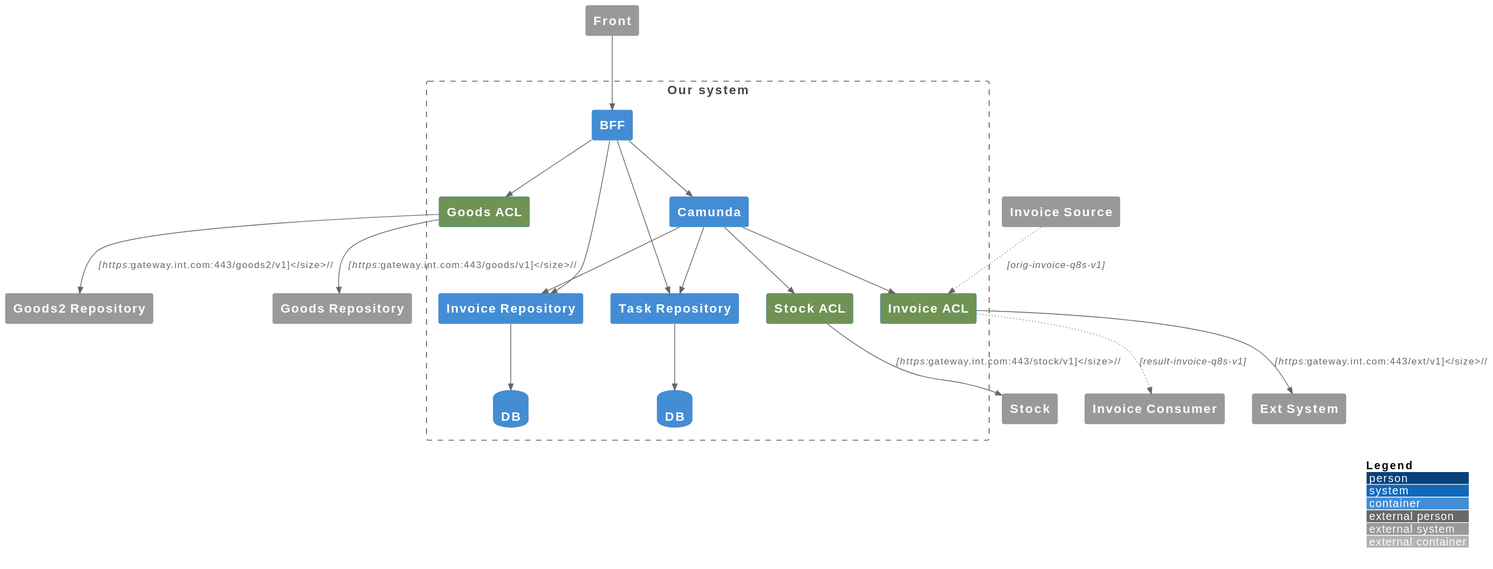
Earlier version of the PlantUML export architecture/Demo Tests.svg (Byndyusoft/aact).
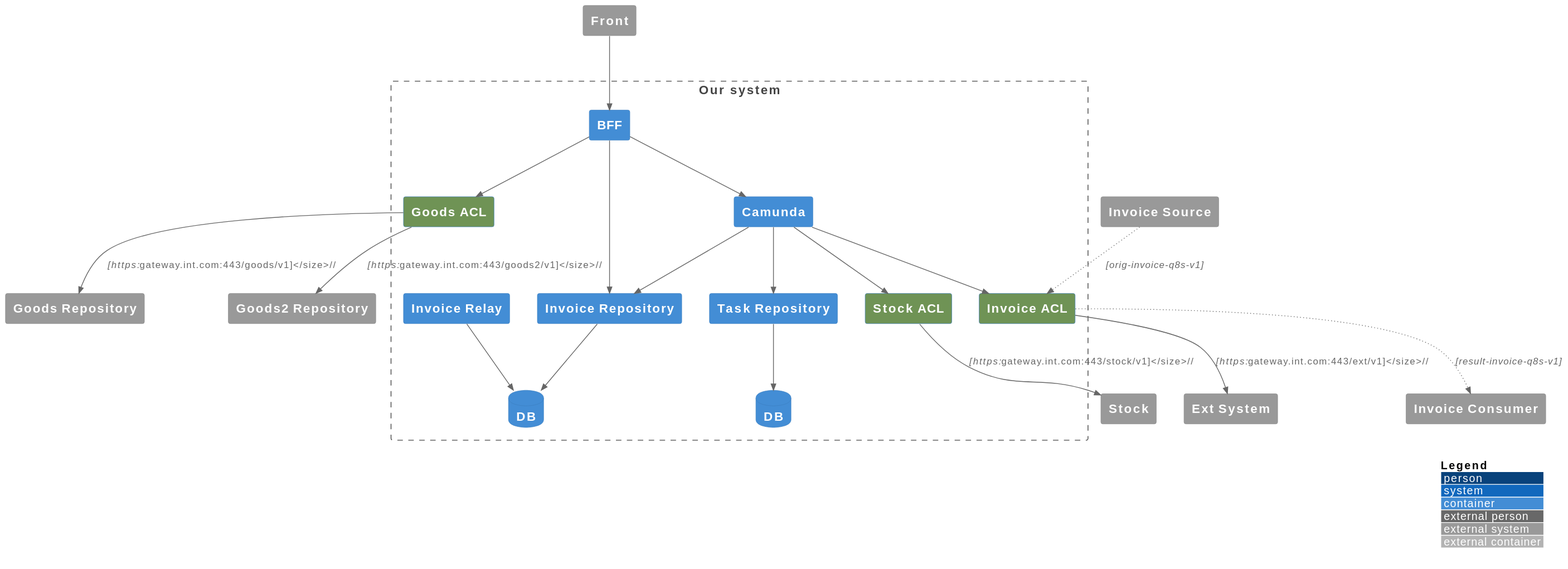
Above is the later version.

The edit, as a diff of the source:
```diff
@@ -18,13 +18,15 @@
         Container(bff, "BFF")
         Container(goods_acl, "Goods ACL", "", "", $tags="acl")
         Container(camunda, "Camunda")
-        Container(task_repository, "Task Repository")
-        Container(invoice_repository, "Invoice Repository")
+        Container(task_repository, "Task Repository", "", "", $tags="repo")
+        Container(invoice_repository, "Invoice Repository", "", "", $tags="repo")
         Container(invoice_acl, "Invoice ACL", "", "", $tags="acl")
         Container(stock_acl, "Stock ACL", "", "", $tags="acl")
 
         ContainerDb(task_repository_db,"DB")
         ContainerDb(invoice_repository_db,"DB")
+
+        Container(invoice_relay, "Invoice Relay", "", "", $tags="relay")
 }
 
 Rel(front, bff, "")
@@ -36,11 +38,11 @@
 Rel(goods_acl, goods_repository, "", "https://gateway.int.com:443/goods/v1")
 Rel(goods_acl, goods2_repository, "", "https://gateway.int.com:443/goods2/v1")
 
-Rel(bff, task_repository, "")
 Rel(task_repository, task_repository_db, "")
 
 Rel(bff, invoice_repository, "")
 Rel(invoice_repository, invoice_repository_db, "")
+Rel(invoice_relay, invoice_repository_db, "")
 
 Rel(camunda, task_repository, "")
 Rel(camunda, invoice_repository, "")
```
